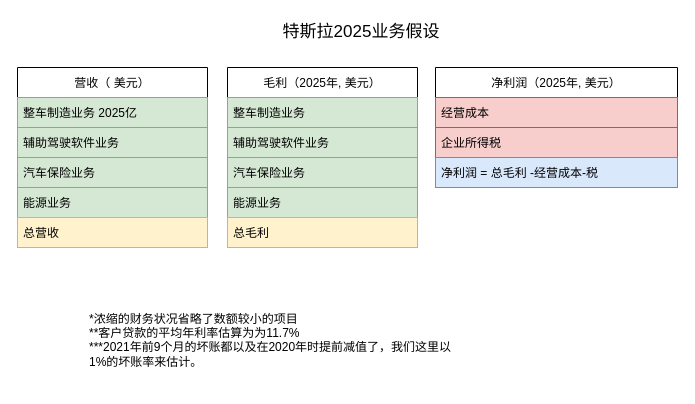
The draw.io diagram TSLA.drawio in haibint/diagrams, before the edit. Source tidied: cells renumbered, new cells numbered last; positions are measured from the earlier drawing's top-left corner, leaving out a move shared by most shapes. Both pictures are drawn from the tidied source at 100%, with x=0, y=0 at pixel (17, 17).
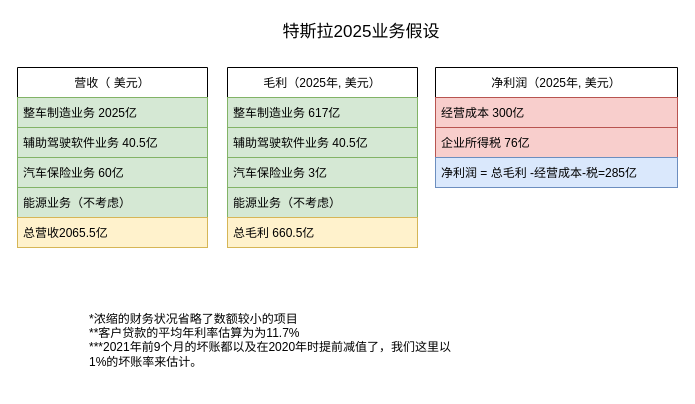
The same page after the edit.

Diff of the diagram source:
```diff
@@
 <mxGraphModel>
   <root>
     <mxCell id="0" />
     <mxCell id="1" parent="0" />
     <mxCell id="2" value="营收（ 美元）" style="swimlane;fontStyle=0;horizontal=1;startSize=30;" parent="1" vertex="1">
       <mxGeometry y="50" width="190" height="180" as="geometry" />
     </mxCell>
     <mxCell id="3" value="整车制造业务 2025亿" style="text;strokeColor=#82b366;fillColor=#d5e8d4;align=left;verticalAlign=middle;spacingLeft=4;spacingRight=4;overflow=hidden;" parent="2" vertex="1">
       <mxGeometry y="30" width="190" height="30" as="geometry" />
     </mxCell>
-    <mxCell id="4" value="辅助驾驶软件业务" style="text;strokeColor=#82b366;fillColor=#d5e8d4;align=left;verticalAlign=middle;spacingLeft=4;spacingRight=4;overflow=hidden;" parent="2" vertex="1">
+    <mxCell id="4" value="辅助驾驶软件业务 40.5亿" style="text;strokeColor=#82b366;fillColor=#d5e8d4;align=left;verticalAlign=middle;spacingLeft=4;spacingRight=4;overflow=hidden;" parent="2" vertex="1">
       <mxGeometry y="60" width="190" height="30" as="geometry" />
     </mxCell>
-    <mxCell id="5" value="汽车保险业务" style="text;strokeColor=#82b366;fillColor=#d5e8d4;align=left;verticalAlign=middle;spacingLeft=4;spacingRight=4;overflow=hidden;" parent="2" vertex="1">
+    <mxCell id="5" value="汽车保险业务 60亿" style="text;strokeColor=#82b366;fillColor=#d5e8d4;align=left;verticalAlign=middle;spacingLeft=4;spacingRight=4;overflow=hidden;" parent="2" vertex="1">
       <mxGeometry y="90" width="190" height="30" as="geometry" />
     </mxCell>
-    <mxCell id="6" value="能源业务" style="text;strokeColor=#82b366;fillColor=#d5e8d4;align=left;verticalAlign=middle;spacingLeft=4;spacingRight=4;overflow=hidden;" parent="2" vertex="1">
+    <mxCell id="6" value="能源业务（不考虑）" style="text;strokeColor=#82b366;fillColor=#d5e8d4;align=left;verticalAlign=middle;spacingLeft=4;spacingRight=4;overflow=hidden;" parent="2" vertex="1">
       <mxGeometry y="120" width="190" height="30" as="geometry" />
     </mxCell>
-    <mxCell id="7" value="总营收" style="text;strokeColor=#d6b656;fillColor=#fff2cc;align=left;verticalAlign=middle;spacingLeft=4;spacingRight=4;overflow=hidden;" parent="2" vertex="1">
+    <mxCell id="7" value="总营收2065.5亿" style="text;strokeColor=#d6b656;fillColor=#fff2cc;align=left;verticalAlign=middle;spacingLeft=4;spacingRight=4;overflow=hidden;" parent="2" vertex="1">
       <mxGeometry y="150" width="190" height="30" as="geometry" />
     </mxCell>
     <mxCell id="8" value="特斯拉2025业务假设" style="text;html=1;strokeColor=none;fillColor=none;align=center;verticalAlign=middle;whiteSpace=wrap;rounded=0;fontSize=17;" parent="1" vertex="1">
       <mxGeometry x="210" width="268" height="30" as="geometry" />
     </mxCell>
     <mxCell id="9" value="&lt;span&gt;*&lt;/span&gt;&lt;span&gt;浓缩的财务状况省略了数额较小的项目&lt;/span&gt;&lt;span&gt;&lt;br&gt;*&lt;/span&gt;&lt;span&gt;*&lt;/span&gt;&lt;span&gt;客户贷款的平均年利率估算为为11.7%&lt;br&gt;&lt;/span&gt;&lt;span&gt;***2021年前9个月的坏账都以及在2020年时提前减值了，我们这里以1%的坏账率来估计。&lt;/span&gt;&lt;span&gt;&lt;br&gt;&lt;/span&gt;&lt;span&gt;&lt;br&gt;&lt;/span&gt;" style="text;html=1;strokeColor=none;fillColor=none;align=left;verticalAlign=middle;whiteSpace=wrap;rounded=0;" parent="1" vertex="1">
       <mxGeometry x="70" y="290" width="370" height="80" as="geometry" />
     </mxCell>
     <mxCell id="10" value="毛利（2025年, 美元）" style="swimlane;fontStyle=0;horizontal=1;startSize=30;" parent="1" vertex="1">
       <mxGeometry x="210" y="50" width="190" height="180" as="geometry" />
     </mxCell>
-    <mxCell id="11" value="整车制造业务" style="text;strokeColor=#82b366;fillColor=#d5e8d4;align=left;verticalAlign=middle;spacingLeft=4;spacingRight=4;overflow=hidden;" parent="10" vertex="1">
+    <mxCell id="11" value="整车制造业务 617亿" style="text;strokeColor=#82b366;fillColor=#d5e8d4;align=left;verticalAlign=middle;spacingLeft=4;spacingRight=4;overflow=hidden;" parent="10" vertex="1">
       <mxGeometry y="30" width="190" height="30" as="geometry" />
     </mxCell>
-    <mxCell id="12" value="辅助驾驶软件业务" style="text;strokeColor=#82b366;fillColor=#d5e8d4;align=left;verticalAlign=middle;spacingLeft=4;spacingRight=4;overflow=hidden;" parent="10" vertex="1">
+    <mxCell id="12" value="辅助驾驶软件业务 40.5亿" style="text;strokeColor=#82b366;fillColor=#d5e8d4;align=left;verticalAlign=middle;spacingLeft=4;spacingRight=4;overflow=hidden;" parent="10" vertex="1">
       <mxGeometry y="60" width="190" height="30" as="geometry" />
     </mxCell>
-    <mxCell id="13" value="汽车保险业务" style="text;strokeColor=#82b366;fillColor=#d5e8d4;align=left;verticalAlign=middle;spacingLeft=4;spacingRight=4;overflow=hidden;" parent="10" vertex="1">
+    <mxCell id="13" value="汽车保险业务 3亿" style="text;strokeColor=#82b366;fillColor=#d5e8d4;align=left;verticalAlign=middle;spacingLeft=4;spacingRight=4;overflow=hidden;" parent="10" vertex="1">
       <mxGeometry y="90" width="190" height="30" as="geometry" />
     </mxCell>
-    <mxCell id="14" value="能源业务" style="text;strokeColor=#82b366;fillColor=#d5e8d4;align=left;verticalAlign=middle;spacingLeft=4;spacingRight=4;overflow=hidden;" parent="10" vertex="1">
+    <mxCell id="14" value="能源业务（不考虑）" style="text;strokeColor=#82b366;fillColor=#d5e8d4;align=left;verticalAlign=middle;spacingLeft=4;spacingRight=4;overflow=hidden;" parent="10" vertex="1">
       <mxGeometry y="120" width="190" height="30" as="geometry" />
     </mxCell>
-    <mxCell id="15" value="总毛利" style="text;strokeColor=#d6b656;fillColor=#fff2cc;align=left;verticalAlign=middle;spacingLeft=4;spacingRight=4;overflow=hidden;" parent="10" vertex="1">
+    <mxCell id="15" value="总毛利 660.5亿" style="text;strokeColor=#d6b656;fillColor=#fff2cc;align=left;verticalAlign=middle;spacingLeft=4;spacingRight=4;overflow=hidden;" parent="10" vertex="1">
       <mxGeometry y="150" width="190" height="30" as="geometry" />
     </mxCell>
     <mxCell id="16" value="净利润（2025年, 美元）" style="swimlane;fontStyle=0;horizontal=1;startSize=30;" parent="1" vertex="1">
       <mxGeometry x="418" y="50" width="242" height="120" as="geometry" />
     </mxCell>
-    <mxCell id="17" value="经营成本" style="text;strokeColor=#b85450;fillColor=#f8cecc;align=left;verticalAlign=middle;spacingLeft=4;spacingRight=4;overflow=hidden;" parent="16" vertex="1">
+    <mxCell id="17" value="经营成本 300亿" style="text;strokeColor=#b85450;fillColor=#f8cecc;align=left;verticalAlign=middle;spacingLeft=4;spacingRight=4;overflow=hidden;" parent="16" vertex="1">
       <mxGeometry y="30" width="242" height="30" as="geometry" />
     </mxCell>
-    <mxCell id="18" value="企业所得税" style="text;strokeColor=#b85450;fillColor=#f8cecc;align=left;verticalAlign=middle;spacingLeft=4;spacingRight=4;overflow=hidden;" parent="16" vertex="1">
+    <mxCell id="18" value="企业所得税 76亿" style="text;strokeColor=#b85450;fillColor=#f8cecc;align=left;verticalAlign=middle;spacingLeft=4;spacingRight=4;overflow=hidden;" parent="16" vertex="1">
       <mxGeometry y="60" width="242" height="30" as="geometry" />
     </mxCell>
-    <mxCell id="19" value="净利润 = 总毛利 -经营成本-税  " style="text;strokeColor=#6c8ebf;fillColor=#dae8fc;align=left;verticalAlign=middle;spacingLeft=4;spacingRight=4;overflow=hidden;" parent="16" vertex="1">
+    <mxCell id="19" value="净利润 = 总毛利 -经营成本-税=285亿  " style="text;strokeColor=#6c8ebf;fillColor=#dae8fc;align=left;verticalAlign=middle;spacingLeft=4;spacingRight=4;overflow=hidden;" parent="16" vertex="1">
       <mxGeometry y="90" width="242" height="30" as="geometry" />
     </mxCell>
   </root>
 </mxGraphModel>
```
